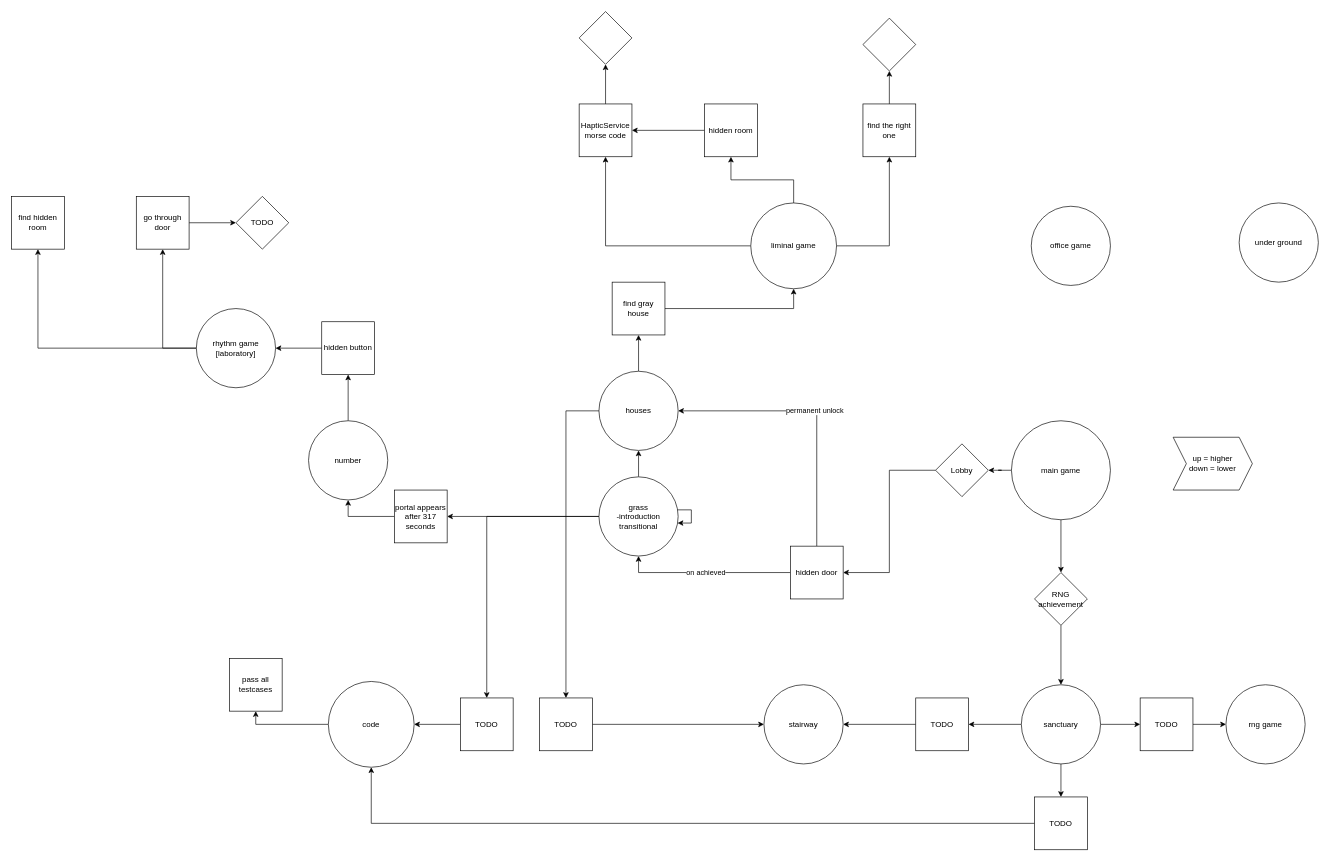
This is puzzles.drawio from Hapcoder11/things, a draw.io file, before an edit. Source tidied: cells renumbered, new cells numbered last; positions are measured from the earlier drawing's top-left corner, leaving out a move shared by most shapes. Both pictures are drawn from the tidied source at 66%, with x=0, y=0 at pixel (11, 11).
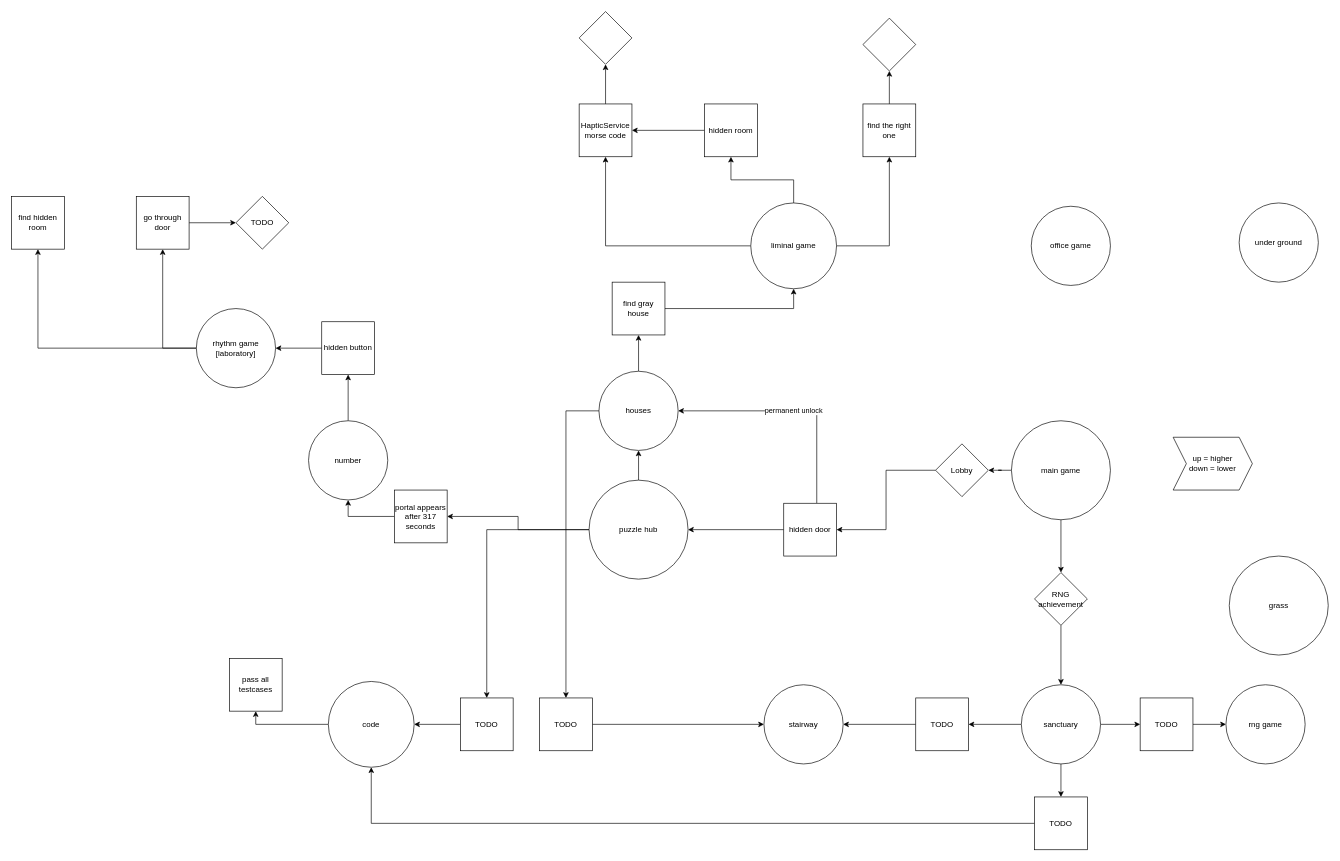
The same diagram, later.

Unchanged cells that the change refers to:
```xml
<mxCell id="38" value="houses" style="ellipse;whiteSpace=wrap;html=1;" parent="1" vertex="1">
  <mxGeometry x="890" y="545" width="120" height="120" as="geometry" />
</mxCell>
<mxCell id="57" value="portal appears after 317 seconds" style="whiteSpace=wrap;html=1;" parent="1" vertex="1">
  <mxGeometry x="580" y="725" width="80" height="80" as="geometry" />
</mxCell>
<mxCell id="65" value="TODO" style="whiteSpace=wrap;html=1;" parent="1" vertex="1">
  <mxGeometry x="680" y="1040" width="80" height="80" as="geometry" />
</mxCell>
```

What changed in the source:
```diff
@@
-    <mxCell id="26" style="edgeStyle=orthogonalEdgeStyle;rounded=0;jettySize=auto;html=1;entryX=0.5;entryY=1;entryDx=0;entryDy=0;" parent="1" edge="1" source="29" target="38">
-      <mxGeometry relative="1" as="geometry" />
-    </mxCell>
-    <mxCell id="27" style="edgeStyle=orthogonalEdgeStyle;rounded=0;jettySize=auto;html=1;" parent="1" edge="1" source="29" target="57">
-      <mxGeometry relative="1" as="geometry" />
-    </mxCell>
-    <mxCell id="28" style="edgeStyle=orthogonalEdgeStyle;rounded=0;jettySize=auto;html=1;exitX=0;exitY=0.5;exitDx=0;exitDy=0;entryX=0.5;entryY=0;entryDx=0;entryDy=0;" parent="1" edge="1" source="29" target="65">
-      <mxGeometry relative="1" as="geometry" />
-    </mxCell>
-    <mxCell id="29" value="grass&lt;div&gt;-introduction transitional&lt;/div&gt;" style="ellipse;whiteSpace=wrap;html=1;" parent="1" vertex="1">
-      <mxGeometry x="890" y="705" width="120" height="120" as="geometry" />
-    </mxCell>
@@
-    <mxCell id="46" value="on achieved" style="edgeStyle=orthogonalEdgeStyle;rounded=0;jettySize=auto;html=1;entryX=0.5;entryY=1;entryDx=0;entryDy=0;" parent="1" edge="1" source="48" target="29">
-      <mxGeometry relative="1" as="geometry" />
-    </mxCell>
@@
+    <mxCell id="69" style="edgeStyle=orthogonalEdgeStyle;rounded=0;jettySize=auto;html=1;entryX=1;entryY=0.5;entryDx=0;entryDy=0;" parent="1" edge="1" source="48" target="73">
+      <mxGeometry relative="1" as="geometry" />
+    </mxCell>
     <mxCell id="48" value="hidden door" style="whiteSpace=wrap;html=1;" parent="1" vertex="1">
-      <mxGeometry x="1180" y="810" width="80" height="80" as="geometry" />
+      <mxGeometry x="1170" y="745" width="80" height="80" as="geometry" />
     </mxCell>
@@
-    <mxCell id="55" style="edgeStyle=orthogonalEdgeStyle;rounded=0;orthogonalLoop=1;jettySize=auto;html=1;" parent="1" edge="1" source="29" target="29">
-      <mxGeometry relative="1" as="geometry" />
-    </mxCell>
@@
+    <mxCell id="70" style="edgeStyle=orthogonalEdgeStyle;rounded=0;jettySize=auto;html=1;entryX=0.5;entryY=1;entryDx=0;entryDy=0;" parent="1" edge="1" source="73" target="38">
+      <mxGeometry relative="1" as="geometry" />
+    </mxCell>
+    <mxCell id="71" style="edgeStyle=orthogonalEdgeStyle;rounded=0;jettySize=auto;html=1;entryX=1;entryY=0.5;entryDx=0;entryDy=0;" parent="1" edge="1" source="73" target="57">
+      <mxGeometry relative="1" as="geometry" />
+    </mxCell>
+    <mxCell id="72" style="edgeStyle=orthogonalEdgeStyle;rounded=0;jettySize=auto;html=1;entryX=0.5;entryY=0;entryDx=0;entryDy=0;" parent="1" edge="1" source="73" target="65">
+      <mxGeometry relative="1" as="geometry" />
+    </mxCell>
+    <mxCell id="73" value="puzzle hub" style="ellipse;whiteSpace=wrap;html=1;" parent="1" vertex="1">
+      <mxGeometry x="875" y="710" width="150" height="150" as="geometry" />
+    </mxCell>
+    <mxCell id="74" value="grass" style="ellipse;whiteSpace=wrap;html=1;" parent="1" vertex="1">
+      <mxGeometry x="1845" y="825" width="150" height="150" as="geometry" />
+    </mxCell>
```
